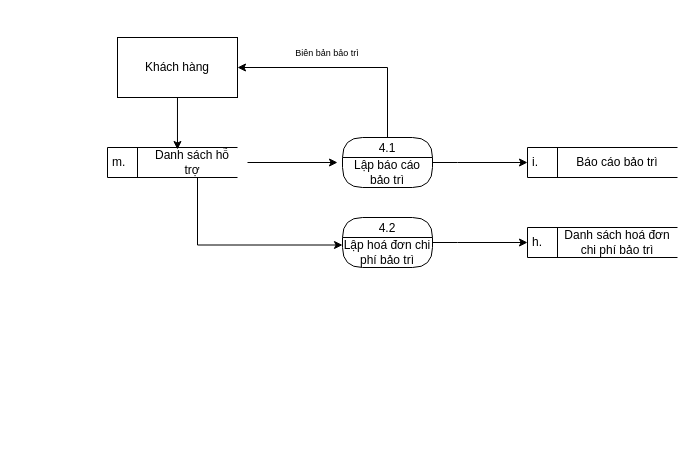
This is Phân tích thiết kế hệ thống/Tuan4_5/draw.io file/QLTaiSan.drawio from Nguyeniris123/DH22IT01OU, a draw.io file, before an edit. Source tidied: cells renumbered, new cells numbered last; positions are measured from the earlier drawing's top-left corner, leaving out a move shared by most shapes. Both pictures are drawn from the tidied source at 100%, with x=0, y=0 at pixel (107, 37).
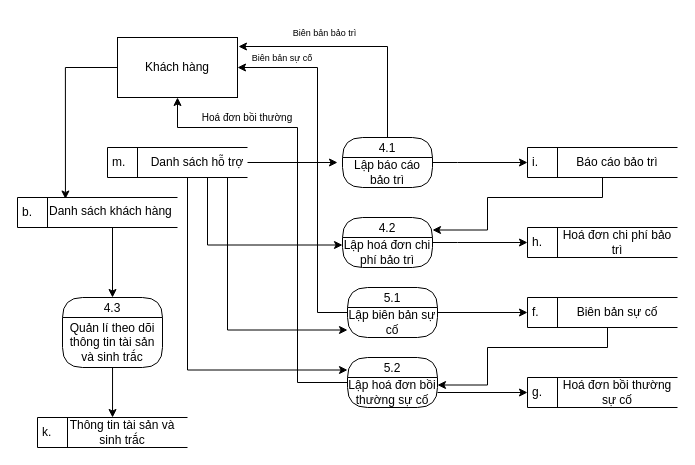
Above is the later version.

The change refers to these unchanged cells:
```xml
<mxCell id="8" value="i." style="html=1;dashed=0;whiteSpace=wrap;shape=mxgraph.dfd.dataStoreID;align=left;spacingLeft=3;points=[[0,0],[0.5,0],[1,0],[0,0.5],[1,0.5],[0,1],[0.5,1],[1,1]];" parent="1" vertex="1">
  <mxGeometry x="420" y="110" width="150" height="30" as="geometry" />
</mxCell>
<mxCell id="11" value="4.1" style="swimlane;fontStyle=0;horizontal=1;startSize=20;fillColor=#ffffff;swimlaneFillColor=#ffffff;rounded=1;glass=0;arcSize=50;" parent="1" vertex="1">
  <mxGeometry x="235" y="100" width="90" height="50" as="geometry" />
</mxCell>
<mxCell id="13" value="4.2" style="swimlane;fontStyle=0;horizontal=1;startSize=20;fillColor=#ffffff;swimlaneFillColor=#ffffff;rounded=1;glass=0;arcSize=50;" parent="1" vertex="1">
  <mxGeometry x="235" y="180" width="90" height="50" as="geometry" />
</mxCell>
<mxCell id="14" value="Lập hoá đơn chi phí bảo trì" style="text;html=1;align=center;verticalAlign=middle;whiteSpace=wrap;rounded=0;" parent="13" vertex="1">
  <mxGeometry y="20" width="90" height="30" as="geometry" />
</mxCell>
<mxCell id="17" value="Khách hàng" style="rounded=0;whiteSpace=wrap;html=1;" parent="1" vertex="1">
  <mxGeometry x="10" width="120" height="60" as="geometry" />
</mxCell>
```

The edit, as a diff of the source:
```diff
@@
     <mxCell id="2" value="m.&amp;nbsp;" style="html=1;dashed=0;whiteSpace=wrap;shape=mxgraph.dfd.dataStoreID;align=left;spacingLeft=3;" parent="1" vertex="1">
-      <mxGeometry y="110" width="130" height="30" as="geometry" />
+      <mxGeometry y="110" width="140" height="30" as="geometry" />
     </mxCell>
@@
     <mxCell id="4" style="edgeStyle=orthogonalEdgeStyle;rounded=0;jettySize=auto;html=1;entryX=0;entryY=0.25;entryDx=0;entryDy=0;" parent="1" edge="1" source="5" target="14">
       <mxGeometry relative="1" as="geometry">
         <Array as="points">
-          <mxPoint x="90" y="208" />
+          <mxPoint x="100" y="208" />
         </Array>
       </mxGeometry>
     </mxCell>
+    <mxCell id="20" style="edgeStyle=orthogonalEdgeStyle;rounded=0;jettySize=auto;html=1;entryX=0;entryY=0.75;entryDx=0;entryDy=0;" parent="1" edge="1" source="5" target="26">
+      <mxGeometry relative="1" as="geometry">
+        <Array as="points">
+          <mxPoint x="120" y="293" />
+        </Array>
+      </mxGeometry>
+    </mxCell>
+    <mxCell id="21" style="edgeStyle=orthogonalEdgeStyle;rounded=0;jettySize=auto;html=1;entryX=0;entryY=0.25;entryDx=0;entryDy=0;" parent="1" edge="1" source="5" target="28">
+      <mxGeometry relative="1" as="geometry">
+        <Array as="points">
+          <mxPoint x="80" y="333" />
+        </Array>
+      </mxGeometry>
+    </mxCell>
     <mxCell id="5" value="Danh sách hỗ trợ" style="text;html=1;align=center;verticalAlign=middle;whiteSpace=wrap;rounded=0;" parent="1" vertex="1">
-      <mxGeometry x="40" y="110" width="90" height="30" as="geometry" />
+      <mxGeometry x="40" y="110" width="100" height="30" as="geometry" />
     </mxCell>
@@
-    <mxCell id="7" value="Danh sách hoá đơn chi phí bảo trì" style="text;html=1;align=center;verticalAlign=middle;whiteSpace=wrap;rounded=0;" parent="1" vertex="1">
+    <mxCell id="7" value="Hoá đơn chi phí bảo trì" style="text;html=1;align=center;verticalAlign=middle;whiteSpace=wrap;rounded=0;" parent="1" vertex="1">
       <mxGeometry x="450" y="190" width="120" height="30" as="geometry" />
     </mxCell>
+    <mxCell id="22" style="edgeStyle=orthogonalEdgeStyle;rounded=0;jettySize=auto;html=1;entryX=1;entryY=0.25;entryDx=0;entryDy=0;" parent="1" edge="1" source="8" target="13">
+      <mxGeometry relative="1" as="geometry">
+        <Array as="points">
+          <mxPoint x="495" y="160" />
+          <mxPoint x="380" y="160" />
+          <mxPoint x="380" y="193" />
+        </Array>
+      </mxGeometry>
+    </mxCell>
@@
-    <mxCell id="10" style="edgeStyle=orthogonalEdgeStyle;rounded=0;jettySize=auto;html=1;entryX=1;entryY=0.5;entryDx=0;entryDy=0;" parent="1" edge="1" source="11" target="17">
-      <mxGeometry relative="1" as="geometry">
-        <Array as="points">
-          <mxPoint x="280" y="30" />
-        </Array>
-      </mxGeometry>
-    </mxCell>
@@
-    <mxCell id="18" style="edgeStyle=orthogonalEdgeStyle;rounded=0;jettySize=auto;html=1;entryX=0.333;entryY=0.067;entryDx=0;entryDy=0;entryPerimeter=0;" parent="1" edge="1" source="17" target="5">
-      <mxGeometry relative="1" as="geometry" />
-    </mxCell>
     <mxCell id="19" value="&lt;font style=&quot;font-size: 9px;&quot;&gt;Biên bản bảo trì&lt;/font&gt;" style="text;html=1;align=center;verticalAlign=middle;whiteSpace=wrap;rounded=0;" parent="1" vertex="1">
-      <mxGeometry x="160" width="120" height="30" as="geometry" />
+      <mxGeometry x="180" y="-20" width="75" height="30" as="geometry" />
     </mxCell>
+    <mxCell id="23" style="edgeStyle=orthogonalEdgeStyle;rounded=0;jettySize=auto;html=1;entryX=0;entryY=0.5;entryDx=0;entryDy=0;" parent="1" edge="1" source="25" target="37">
+      <mxGeometry relative="1" as="geometry" />
+    </mxCell>
+    <mxCell id="24" style="edgeStyle=orthogonalEdgeStyle;rounded=0;jettySize=auto;html=1;entryX=1;entryY=0.5;entryDx=0;entryDy=0;" parent="1" edge="1" source="25" target="17">
+      <mxGeometry relative="1" as="geometry">
+        <Array as="points">
+          <mxPoint x="210" y="275" />
+          <mxPoint x="210" y="30" />
+        </Array>
+      </mxGeometry>
+    </mxCell>
+    <mxCell id="25" value="5.1" style="swimlane;fontStyle=0;horizontal=1;startSize=20;fillColor=#ffffff;swimlaneFillColor=#ffffff;rounded=1;glass=0;arcSize=50;" parent="1" vertex="1">
+      <mxGeometry x="240" y="250" width="90" height="50" as="geometry" />
+    </mxCell>
+    <mxCell id="26" value="Lập biên bản sự cố" style="text;html=1;align=center;verticalAlign=middle;whiteSpace=wrap;rounded=0;" parent="25" vertex="1">
+      <mxGeometry y="20" width="90" height="30" as="geometry" />
+    </mxCell>
+    <mxCell id="27" style="edgeStyle=orthogonalEdgeStyle;rounded=0;jettySize=auto;html=1;" parent="1" edge="1" source="28" target="17">
+      <mxGeometry relative="1" as="geometry">
+        <Array as="points">
+          <mxPoint x="190" y="345" />
+          <mxPoint x="190" y="90" />
+          <mxPoint x="70" y="90" />
+        </Array>
+      </mxGeometry>
+    </mxCell>
+    <mxCell id="28" value="5.2" style="swimlane;fontStyle=0;horizontal=1;startSize=20;fillColor=#ffffff;swimlaneFillColor=#ffffff;rounded=1;glass=0;arcSize=50;" parent="1" vertex="1">
+      <mxGeometry x="240" y="320" width="90" height="50" as="geometry" />
+    </mxCell>
+    <mxCell id="29" value="Lập hoá đơn bồi thường sự cố" style="text;html=1;align=center;verticalAlign=middle;whiteSpace=wrap;rounded=0;" parent="28" vertex="1">
+      <mxGeometry y="20" width="90" height="30" as="geometry" />
+    </mxCell>
+    <mxCell id="30" value="4.3" style="swimlane;fontStyle=0;horizontal=1;startSize=20;fillColor=#ffffff;swimlaneFillColor=#ffffff;rounded=1;glass=0;arcSize=50;" parent="1" vertex="1">
+      <mxGeometry x="-45" y="260" width="100" height="70" as="geometry" />
+    </mxCell>
+    <mxCell id="31" value="Quản lí theo dõi thông tin tài sản và sinh trắc" style="text;html=1;align=center;verticalAlign=middle;whiteSpace=wrap;rounded=0;" parent="30" vertex="1">
+      <mxGeometry y="20" width="100" height="50" as="geometry" />
+    </mxCell>
+    <mxCell id="32" value="b." style="html=1;dashed=0;whiteSpace=wrap;shape=mxgraph.dfd.dataStoreID;align=left;spacingLeft=3;" parent="1" vertex="1">
+      <mxGeometry x="-90" y="160" width="160" height="30" as="geometry" />
+    </mxCell>
+    <mxCell id="33" style="edgeStyle=orthogonalEdgeStyle;rounded=0;jettySize=auto;html=1;entryX=0.5;entryY=0;entryDx=0;entryDy=0;" parent="1" edge="1" source="34" target="30">
+      <mxGeometry relative="1" as="geometry" />
+    </mxCell>
+    <mxCell id="34" value="Danh sách khách hàng" style="text;whiteSpace=wrap;html=1;" parent="1" vertex="1">
+      <mxGeometry x="-60" y="160" width="130" height="30" as="geometry" />
+    </mxCell>
+    <mxCell id="35" style="edgeStyle=orthogonalEdgeStyle;rounded=0;jettySize=auto;html=1;entryX=0.138;entryY=0.05;entryDx=0;entryDy=0;entryPerimeter=0;" parent="1" edge="1" source="17" target="34">
+      <mxGeometry relative="1" as="geometry">
+        <Array as="points">
+          <mxPoint x="-42" y="30" />
+        </Array>
+      </mxGeometry>
+    </mxCell>
+    <mxCell id="36" style="edgeStyle=orthogonalEdgeStyle;rounded=0;jettySize=auto;html=1;entryX=1;entryY=0.25;entryDx=0;entryDy=0;" parent="1" edge="1" source="37" target="29">
+      <mxGeometry relative="1" as="geometry">
+        <Array as="points">
+          <mxPoint x="500" y="310" />
+          <mxPoint x="380" y="310" />
+          <mxPoint x="380" y="348" />
+        </Array>
+      </mxGeometry>
+    </mxCell>
+    <mxCell id="37" value="f." style="html=1;dashed=0;whiteSpace=wrap;shape=mxgraph.dfd.dataStoreID;align=left;spacingLeft=3;points=[[0,0],[0.5,0],[1,0],[0,0.5],[1,0.5],[0,1],[0.5,1],[1,1]];" parent="1" vertex="1">
+      <mxGeometry x="420" y="260" width="150" height="30" as="geometry" />
+    </mxCell>
+    <mxCell id="38" value="Biên bản sự cố" style="text;html=1;align=center;verticalAlign=middle;whiteSpace=wrap;rounded=0;" parent="1" vertex="1">
+      <mxGeometry x="455" y="260" width="110" height="30" as="geometry" />
+    </mxCell>
+    <mxCell id="39" value="g." style="html=1;dashed=0;whiteSpace=wrap;shape=mxgraph.dfd.dataStoreID;align=left;spacingLeft=3;points=[[0,0],[0.5,0],[1,0],[0,0.5],[1,0.5],[0,1],[0.5,1],[1,1]];" parent="1" vertex="1">
+      <mxGeometry x="420" y="340" width="150" height="30" as="geometry" />
+    </mxCell>
+    <mxCell id="40" value="Hoá đơn bồi thường sự cố" style="text;html=1;align=center;verticalAlign=middle;whiteSpace=wrap;rounded=0;" parent="1" vertex="1">
+      <mxGeometry x="450" y="340" width="120" height="30" as="geometry" />
+    </mxCell>
+    <mxCell id="41" style="edgeStyle=orthogonalEdgeStyle;rounded=0;jettySize=auto;html=1;" parent="1" edge="1" source="29" target="39">
+      <mxGeometry relative="1" as="geometry" />
+    </mxCell>
+    <mxCell id="42" value="k." style="html=1;dashed=0;whiteSpace=wrap;shape=mxgraph.dfd.dataStoreID;align=left;spacingLeft=3;" parent="1" vertex="1">
+      <mxGeometry x="-70" y="380" width="150" height="30" as="geometry" />
+    </mxCell>
+    <mxCell id="43" value="Thông tin tài sản và sinh trắc" style="text;html=1;align=center;verticalAlign=middle;whiteSpace=wrap;rounded=0;" parent="1" vertex="1">
+      <mxGeometry x="-45" y="380" width="120" height="30" as="geometry" />
+    </mxCell>
+    <mxCell id="44" style="edgeStyle=orthogonalEdgeStyle;rounded=0;jettySize=auto;html=1;entryX=0.417;entryY=0;entryDx=0;entryDy=0;entryPerimeter=0;" parent="1" edge="1" source="31" target="43">
+      <mxGeometry relative="1" as="geometry" />
+    </mxCell>
+    <mxCell id="45" value="&lt;font size=&quot;1&quot;&gt;Hoá đơn bồi thường&lt;/font&gt;" style="text;html=1;align=center;verticalAlign=middle;whiteSpace=wrap;rounded=0;" parent="1" vertex="1">
+      <mxGeometry x="90" y="70" width="100" height="20" as="geometry" />
+    </mxCell>
+    <mxCell id="46" value="&lt;font style=&quot;font-size: 9px;&quot;&gt;Biên bản sự cố&lt;/font&gt;" style="text;html=1;align=center;verticalAlign=middle;whiteSpace=wrap;rounded=0;" parent="1" vertex="1">
+      <mxGeometry x="130" y="10" width="90" height="20" as="geometry" />
+    </mxCell>
+    <mxCell id="10" style="edgeStyle=orthogonalEdgeStyle;rounded=0;jettySize=auto;html=1;entryX=1.008;entryY=0.15;entryDx=0;entryDy=0;entryPerimeter=0;" parent="1" edge="1" source="11" target="17">
+      <mxGeometry relative="1" as="geometry">
+        <Array as="points">
+          <mxPoint x="280" y="9" />
+        </Array>
+      </mxGeometry>
+    </mxCell>
```
